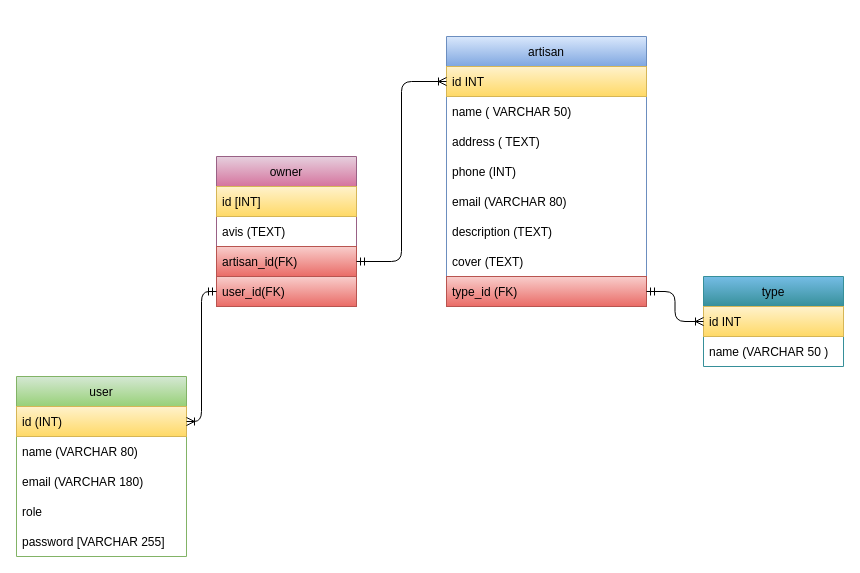
Before: page "mcd" (2 of 2) of artisans.drawio in P-POP/Artisans, a draw.io diagram. Source tidied: cells renumbered, new cells numbered last; positions are measured from the earlier drawing's top-left corner, leaving out a move shared by most shapes. Both pictures are drawn from the tidied source at 100%, with x=0, y=0 at pixel (16, 36).
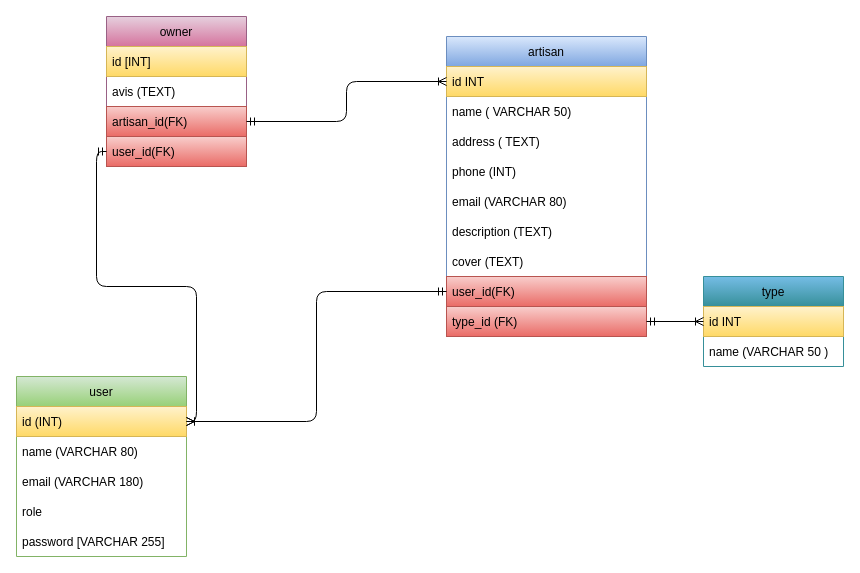
After the change.

Unchanged cells that the change refers to:
```xml
<mxCell id="20" value="id (INT)" style="text;strokeColor=#d6b656;fillColor=#fff2cc;align=left;verticalAlign=middle;spacingLeft=4;spacingRight=4;overflow=hidden;points=[[0,0.5],[1,0.5]];portConstraint=eastwest;gradientColor=#ffd966;fontColor=#000000;" parent="19" vertex="1">
  <mxGeometry y="30" width="170" height="30" as="geometry" />
</mxCell>
```

What changed in the source:
```diff
@@
     <mxCell id="5" value="artisan" style="swimlane;fontStyle=0;horizontal=1;startSize=30;fillColor=#dae8fc;strokeColor=#6c8ebf;gradientColor=#7ea6e0;fontColor=#000000;" parent="1" vertex="1">
-      <mxGeometry x="430" width="200" height="270" as="geometry" />
+      <mxGeometry x="430" width="200" height="300" as="geometry" />
     </mxCell>
@@
+    <mxCell id="28" value="user_id(FK)" style="text;strokeColor=#b85450;fillColor=#f8cecc;align=left;verticalAlign=middle;spacingLeft=4;spacingRight=4;overflow=hidden;points=[[0,0.5],[1,0.5]];portConstraint=eastwest;gradientColor=#ea6b66;fontColor=#000000;" parent="5" vertex="1">
+      <mxGeometry y="240" width="200" height="30" as="geometry" />
+    </mxCell>
     <mxCell id="13" value="type_id (FK)" style="text;strokeColor=#b85450;fillColor=#f8cecc;align=left;verticalAlign=middle;spacingLeft=4;spacingRight=4;overflow=hidden;points=[[0,0.5],[1,0.5]];portConstraint=eastwest;gradientColor=#ea6b66;fontColor=#000000;" parent="5" vertex="1">
-      <mxGeometry y="240" width="200" height="30" as="geometry" />
+      <mxGeometry y="270" width="200" height="30" as="geometry" />
     </mxCell>
     <mxCell id="14" value="owner" style="swimlane;fontStyle=0;horizontal=1;startSize=30;fillColor=#e6d0de;gradientColor=#d5739d;strokeColor=#996185;fontColor=#000000;" parent="1" vertex="1">
-      <mxGeometry x="200" y="120" width="140" height="150" as="geometry" />
+      <mxGeometry x="90" y="-20" width="140" height="150" as="geometry" />
     </mxCell>
@@
+    <mxCell id="29" style="edgeStyle=orthogonalEdgeStyle;html=1;entryX=0;entryY=0.5;entryDx=0;entryDy=0;fontColor=#000000;startArrow=ERoneToMany;startFill=0;endArrow=ERmandOne;endFill=0;" parent="1" edge="1" source="20" target="28">
+      <mxGeometry relative="1" as="geometry" />
+    </mxCell>
```
